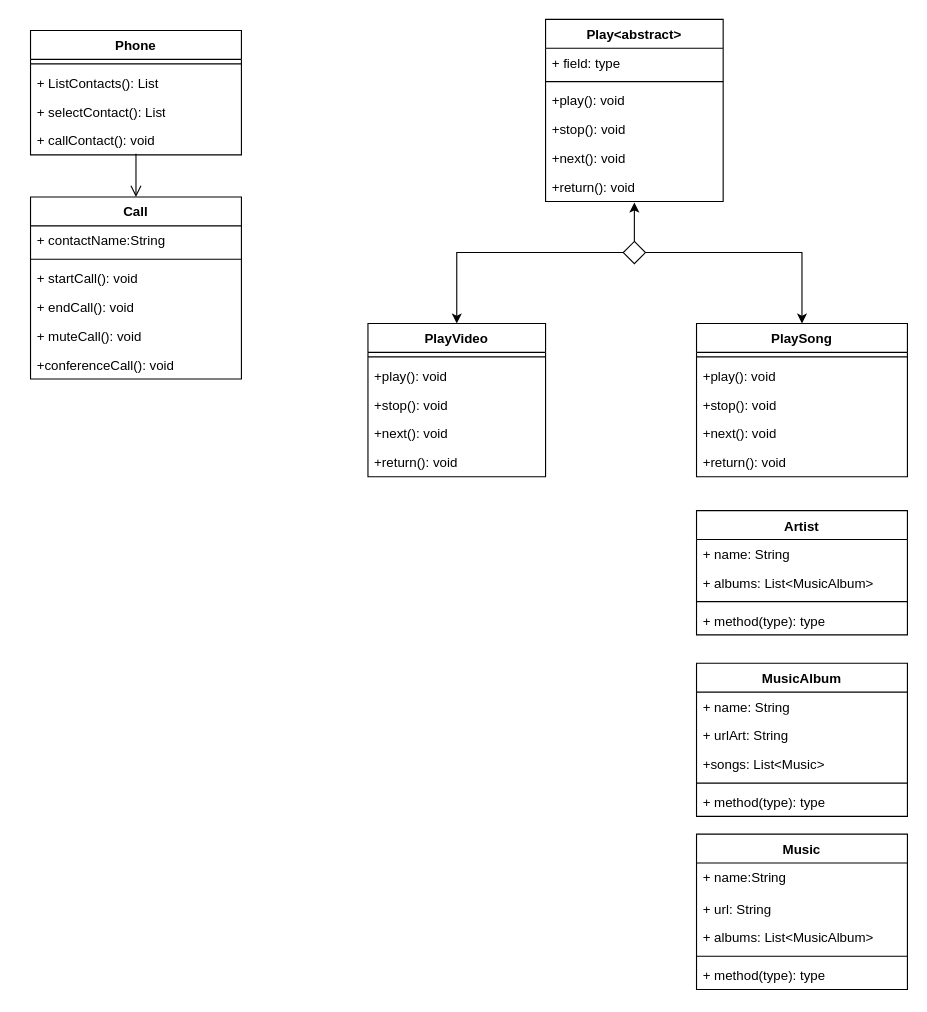
Earlier version of the draw.io diagram Diagrama sem nome.drawio (Rlam-git/dio-java-trilha-basica-diagrama-iphone). Source tidied: cells renumbered, new cells numbered last; positions are measured from the earlier drawing's top-left corner, leaving out a move shared by most shapes. Both pictures are drawn from the tidied source at 111%, with x=0, y=0 at pixel (30, 19).
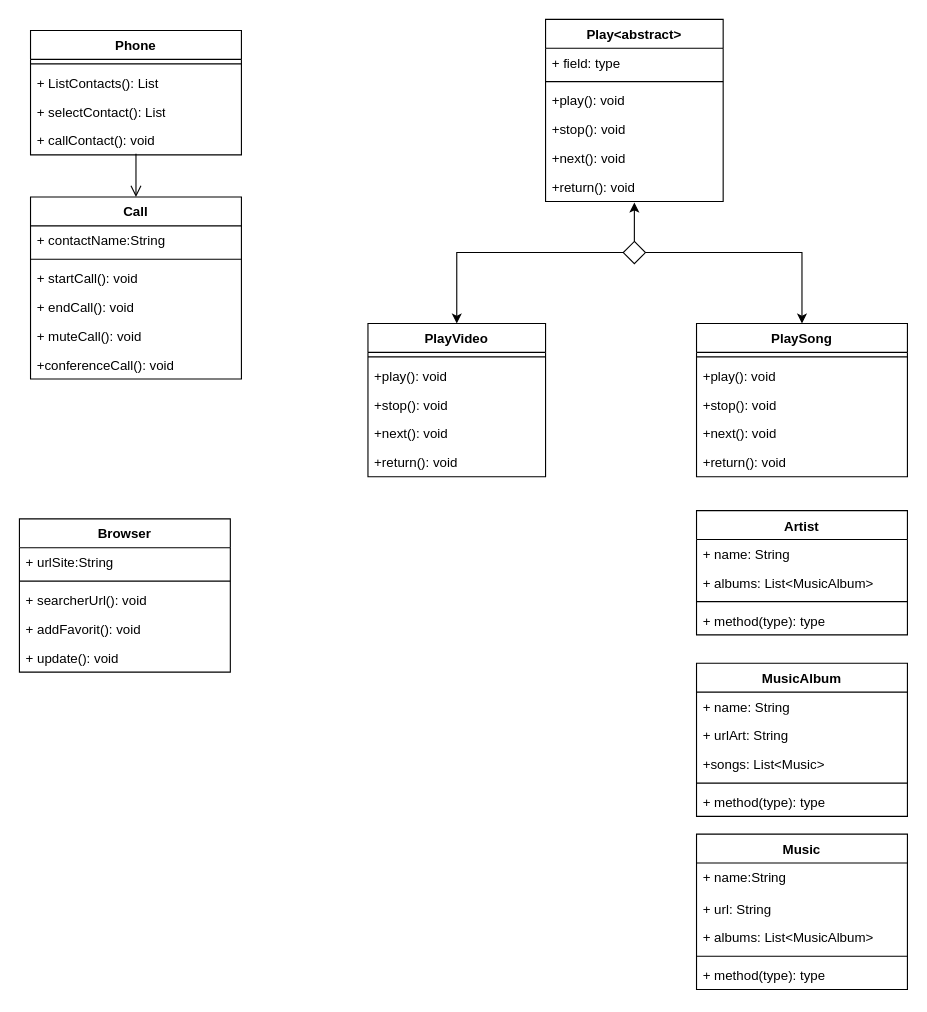
The same diagram, later.

Commit message:
Feat: add browser diagram

What changed in the source:
```diff
@@
+    <mxCell id="55" value="Browser" style="swimlane;fontStyle=1;align=center;verticalAlign=top;horizontal=1;startSize=26;whiteSpace=wrap;html=1;" parent="1" vertex="1">
+      <mxGeometry x="-10" y="450" width="190" height="138" as="geometry" />
+    </mxCell>
+    <mxCell id="56" value="+ urlSite:String&amp;nbsp;" style="text;strokeColor=none;fillColor=none;align=left;verticalAlign=top;spacingLeft=4;spacingRight=4;overflow=hidden;whiteSpace=wrap;html=1;" parent="55" vertex="1">
+      <mxGeometry y="26" width="190" height="26" as="geometry" />
+    </mxCell>
+    <mxCell id="57" style="line;strokeWidth=1;fillColor=none;align=left;verticalAlign=middle;spacingTop=-1;spacingLeft=3;spacingRight=3;labelPosition=right;strokeColor=inherit;" parent="55" vertex="1">
+      <mxGeometry y="52" width="190" height="8" as="geometry" />
+    </mxCell>
+    <mxCell id="58" value="+ searcherUrl(): void" style="text;strokeColor=none;fillColor=none;align=left;verticalAlign=top;spacingLeft=4;spacingRight=4;overflow=hidden;whiteSpace=wrap;html=1;" parent="55" vertex="1">
+      <mxGeometry y="60" width="190" height="26" as="geometry" />
+    </mxCell>
+    <mxCell id="59" value="+ addFavorit(): void" style="text;strokeColor=none;fillColor=none;align=left;verticalAlign=top;spacingLeft=4;spacingRight=4;overflow=hidden;whiteSpace=wrap;html=1;" parent="55" vertex="1">
+      <mxGeometry y="86" width="190" height="26" as="geometry" />
+    </mxCell>
+    <mxCell id="60" value="+ update(): void" style="text;strokeColor=none;fillColor=none;align=left;verticalAlign=top;spacingLeft=4;spacingRight=4;overflow=hidden;whiteSpace=wrap;html=1;" parent="55" vertex="1">
+      <mxGeometry y="112" width="190" height="26" as="geometry" />
+    </mxCell>
```
